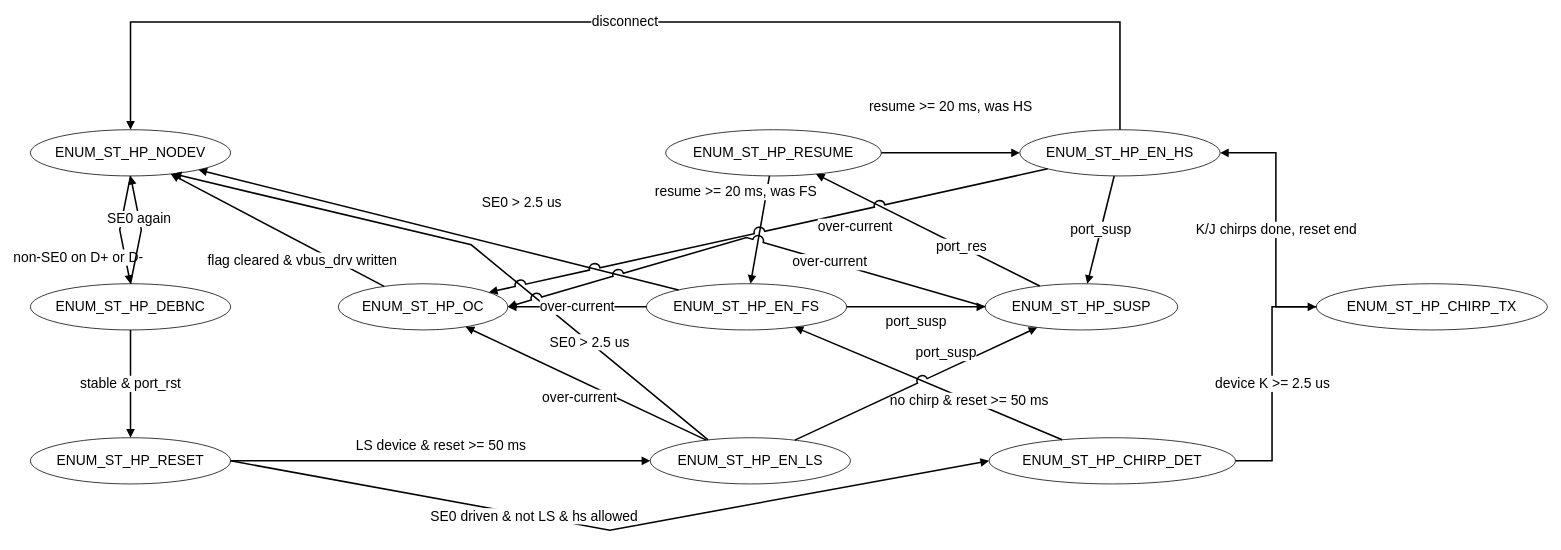
nguyenquanicd/VLSIT_OPEN_IP_CORE keeps this draw.io diagram as 023_USB20_Controller/figures/usb2_fsm_host_port.drawio. Above is the earlier version. Source tidied: cells renumbered, new cells numbered last; positions are measured from the earlier drawing's top-left corner, leaving out a move shared by most shapes. Both pictures are drawn from the tidied source at 77%, with x=0, y=0 at pixel (30, 22).
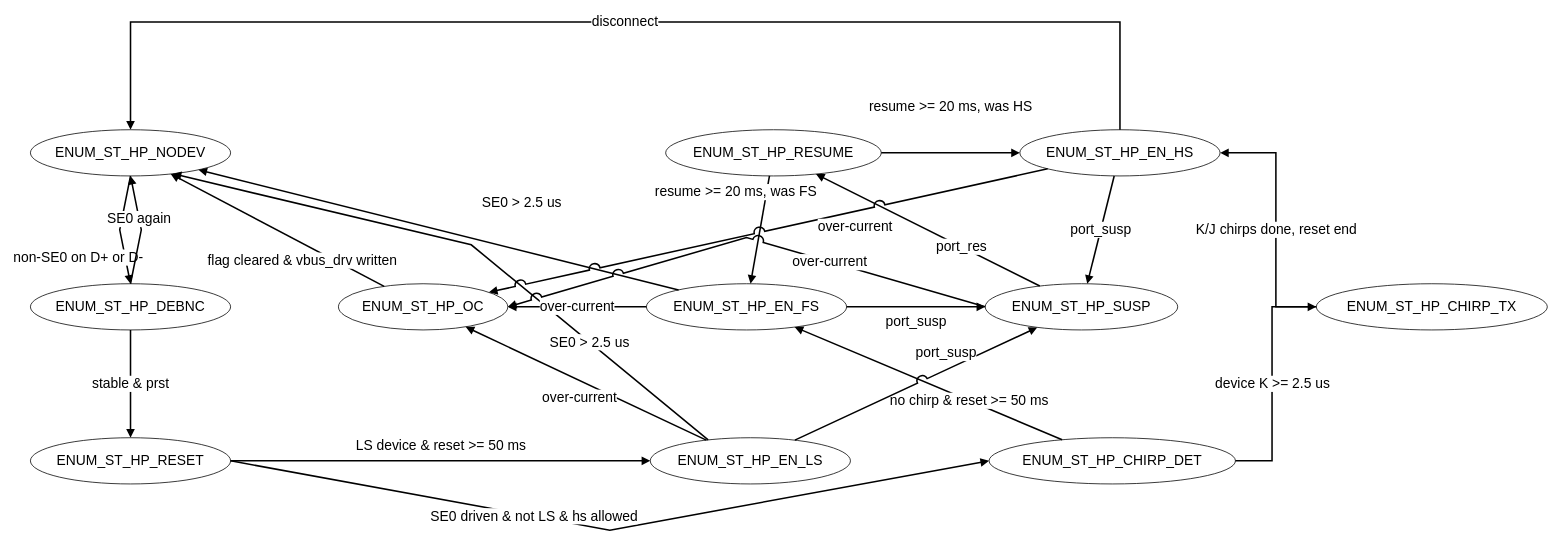
Above is the later version.

The edit, as a diff of the source:
```diff
@@
-    <mxCell id="15" value="stable &amp;amp; port_rst" style="endArrow=block;html=1;rounded=0;fontSize=18;strokeWidth=2;endFill=1;fontColor=#000000;strokeColor=#000000;fillColor=#FFFFFF;jumpStyle=arc;jumpSize=12;labelBackgroundColor=#FFFFFF;" parent="1" edge="1">
+    <mxCell id="15" value="stable &amp;amp; prst" style="endArrow=block;html=1;rounded=0;fontSize=18;strokeWidth=2;endFill=1;fontColor=#000000;strokeColor=#000000;fillColor=#FFFFFF;jumpStyle=arc;jumpSize=12;labelBackgroundColor=#FFFFFF;" parent="1" edge="1">
       <mxGeometry relative="1" as="geometry">
         <mxPoint x="130" y="400" as="sourcePoint" />
         <mxPoint x="130" y="540" as="targetPoint" />
       </mxGeometry>
     </mxCell>
```
